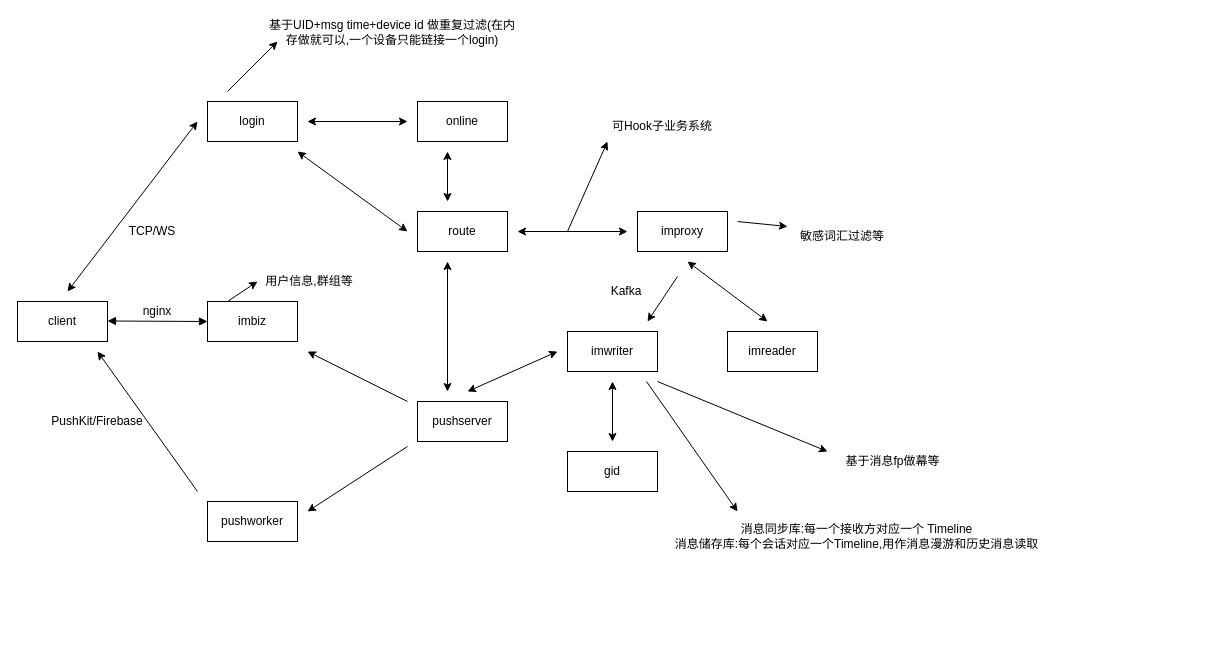
The draw.io diagram drawio/im架构.drawio in hwholiday/learning_tools, before the edit. Source tidied: cells renumbered, new cells numbered last; positions are measured from the earlier drawing's top-left corner, leaving out a move shared by most shapes. Both pictures are drawn from the tidied source at 100%, with x=0, y=0 at pixel (17, 31).
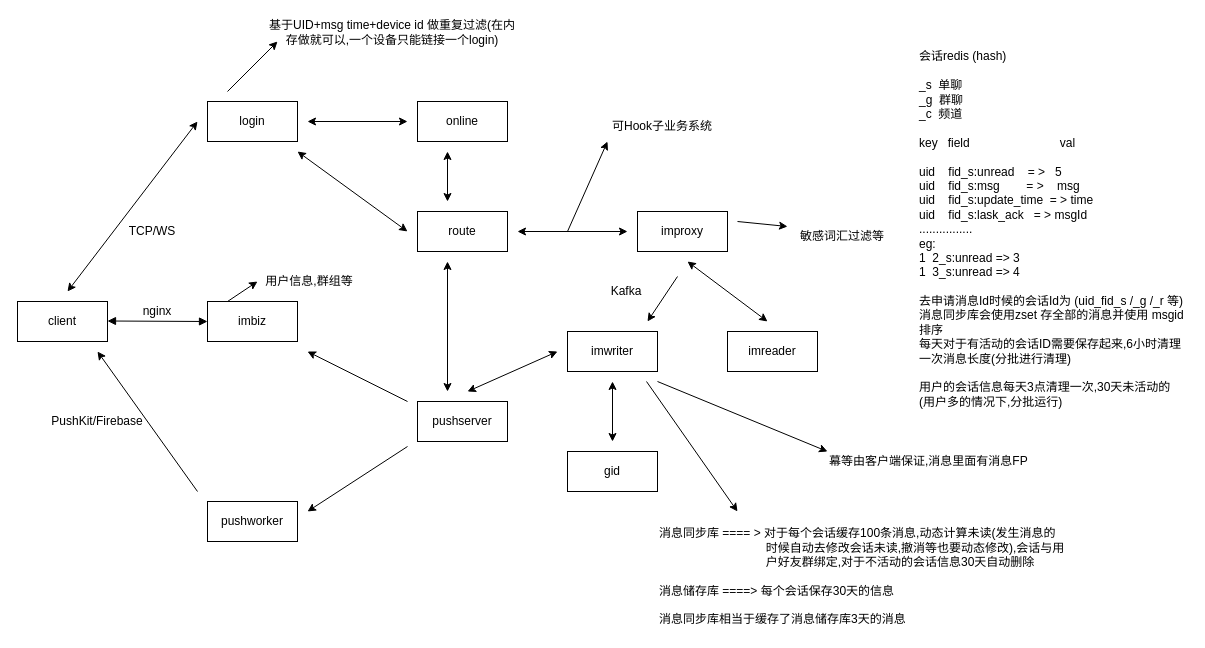
After the change.

Change to the diagram source:
```diff
@@
-    <mxCell id="38" value="消息同步库:每一个接收方对应一个 Timeline&lt;br&gt;消息储存库:每个会话对应一个Timeline,用作消息漫游和历史消息读取" style="text;html=1;strokeColor=none;fillColor=none;align=center;verticalAlign=middle;whiteSpace=wrap;rounded=0;" parent="1" vertex="1">
-      <mxGeometry x="640" y="490" width="399" height="30" as="geometry" />
+    <mxCell id="38" value="消息同步库 ==== &amp;gt; 对于每个会话缓存100条消息,动态计算未读(发生消息的&amp;nbsp; &amp;nbsp; &amp;nbsp; &amp;nbsp; &amp;nbsp; &amp;nbsp; &amp;nbsp; &amp;nbsp; &amp;nbsp; &amp;nbsp; &amp;nbsp; &amp;nbsp; &amp;nbsp; &amp;nbsp; &amp;nbsp; &amp;nbsp; &amp;nbsp; &amp;nbsp; &amp;nbsp; 时候自动去修改会话未读,撤消等也要动态修改),会话与用&amp;nbsp; &amp;nbsp; &amp;nbsp; &amp;nbsp; &amp;nbsp; &amp;nbsp; &amp;nbsp; &amp;nbsp; &amp;nbsp; &amp;nbsp; &amp;nbsp; &amp;nbsp; &amp;nbsp; &amp;nbsp; &amp;nbsp; &amp;nbsp; &amp;nbsp; &amp;nbsp; 户好友群绑定,对于不活动的会话信息30天自动删除&lt;br&gt;&lt;br&gt;消息储存库 ====&amp;gt; 每个会话保存30天的信息&lt;br&gt;&lt;br&gt;消息同步库相当于缓存了消息储存库3天的消息" style="text;html=1;strokeColor=none;fillColor=none;align=left;verticalAlign=middle;whiteSpace=wrap;rounded=0;" parent="1" vertex="1">
+      <mxGeometry x="640" y="490" width="420" height="110" as="geometry" />
     </mxCell>
@@
-    <mxCell id="42" value="基于消息fp做幕等" style="text;html=1;strokeColor=none;fillColor=none;align=center;verticalAlign=middle;whiteSpace=wrap;rounded=0;" parent="1" vertex="1">
-      <mxGeometry x="810" y="420" width="130.5" height="20" as="geometry" />
+    <mxCell id="42" value="幕等由客户端保证,消息里面有消息FP" style="text;html=1;strokeColor=none;fillColor=none;align=left;verticalAlign=middle;whiteSpace=wrap;rounded=0;" parent="1" vertex="1">
+      <mxGeometry x="810" y="400" width="290" height="60" as="geometry" />
     </mxCell>
+    <mxCell id="43" value="会话redis (hash)&lt;br&gt;&lt;br&gt;_s&amp;nbsp; 单聊&lt;br&gt;_g&amp;nbsp; 群聊&lt;br&gt;_c&amp;nbsp; 频道&amp;nbsp; &amp;nbsp;&lt;br&gt;&lt;br&gt;key&amp;nbsp; &amp;nbsp;field&amp;nbsp; &amp;nbsp; &amp;nbsp; &amp;nbsp; &amp;nbsp; &amp;nbsp; &amp;nbsp; &amp;nbsp; &amp;nbsp; &amp;nbsp; &amp;nbsp; &amp;nbsp; &amp;nbsp; &amp;nbsp;val&lt;br&gt;&lt;br&gt;uid&amp;nbsp; &amp;nbsp; fid_s:unread&amp;nbsp; &amp;nbsp; = &amp;gt;&amp;nbsp; &amp;nbsp;5&lt;br&gt;uid&amp;nbsp; &amp;nbsp; fid_s:msg&amp;nbsp; &amp;nbsp; &amp;nbsp; &amp;nbsp; = &amp;gt;&amp;nbsp; &amp;nbsp; msg&lt;br&gt;uid&amp;nbsp; &amp;nbsp; fid_s:update_time&amp;nbsp; = &amp;gt; time&lt;br&gt;uid&amp;nbsp; &amp;nbsp; fid_s:lask_ack&amp;nbsp; &amp;nbsp;= &amp;gt; msgId&lt;br&gt;................&lt;br&gt;eg:&lt;br&gt;1&amp;nbsp; 2_s:unread =&amp;gt; 3&lt;br&gt;1&amp;nbsp; 3_s:unread =&amp;gt; 4&lt;br&gt;&lt;br&gt;去申请消息Id时候的会话Id为 (uid_fid_s /_g /_r 等)消息同步库会使用zset 存全部的消息并使用 msgid排序&lt;br&gt;每天对于有活动的会话ID需要保存起来,6小时清理一次消息长度(分批进行清理)&lt;br&gt;&lt;br&gt;用户的会话信息每天3点清理一次,30天未活动的&lt;br&gt;(用户多的情况下,分批运行)&lt;br&gt;&lt;br&gt;" style="text;html=1;strokeColor=none;fillColor=none;align=left;verticalAlign=middle;whiteSpace=wrap;rounded=0;" parent="1" vertex="1">
+      <mxGeometry x="900" y="10" width="270" height="390" as="geometry" />
+    </mxCell>
```
